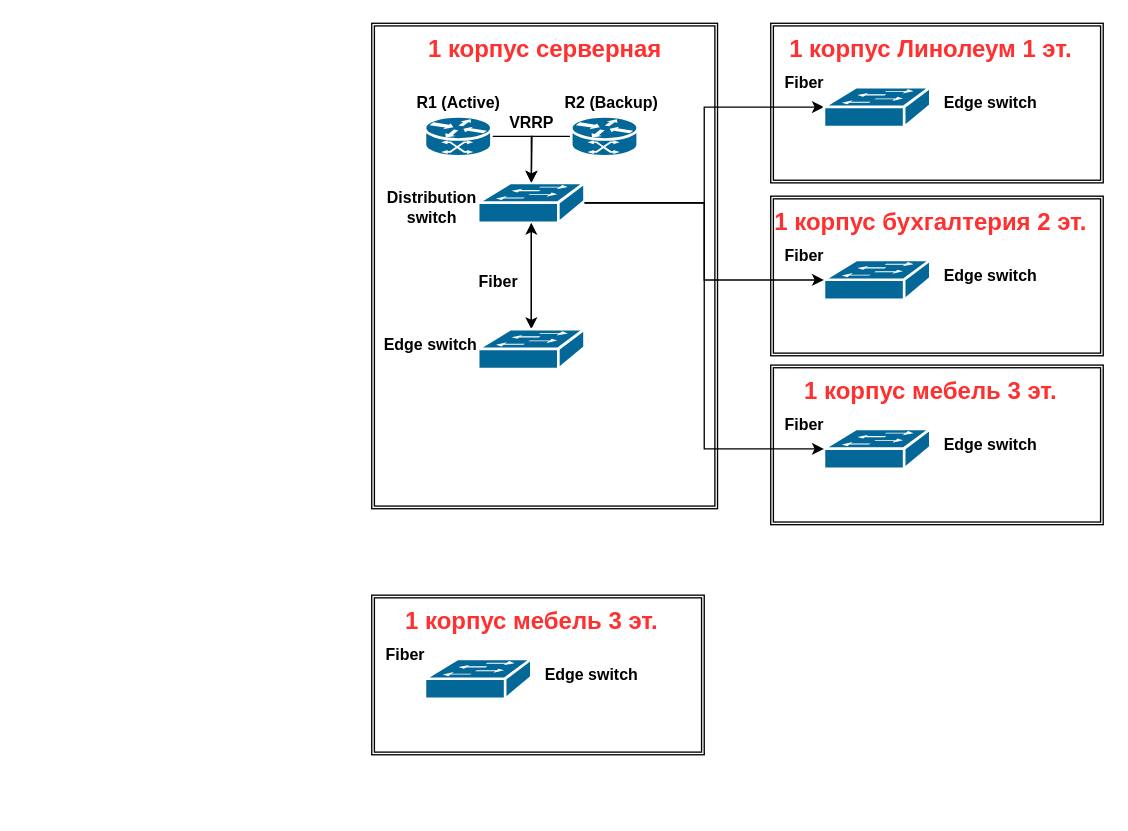
Dmitry-Crimea/network keeps this draw.io diagram as Диаграмма без названия.drawio. Above is the earlier version. Source tidied: cells renumbered, new cells numbered last; positions are measured from the earlier drawing's top-left corner, leaving out a move shared by most shapes. Both pictures are drawn from the tidied source at 133%, with x=0, y=0 at pixel (370, 23).
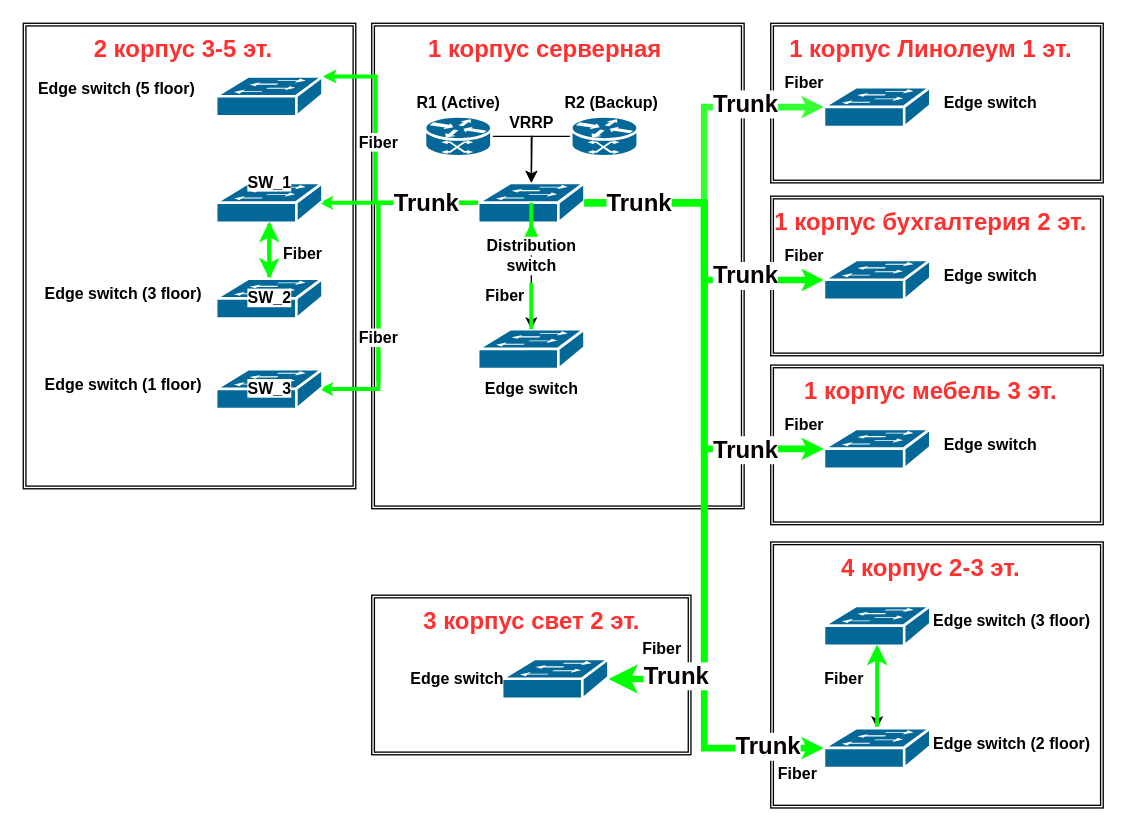
After the change.

Unchanged cells that the change refers to:
```xml
<mxCell id="8" style="shape=mxgraph.cisco.switches.workgroup_switch;sketch=0;html=1;dashed=0;fillColor=#036897;strokeColor=#ffffff;strokeWidth=2;verticalLabelPosition=bottom;verticalAlign=top;align=center;outlineConnect=0;" parent="1" vertex="1">
  <mxGeometry x="81" y="120" width="80" height="30" as="geometry" />
</mxCell>
<mxCell id="12" style="shape=mxgraph.cisco.switches.workgroup_switch;sketch=0;html=1;dashed=0;fillColor=#036897;strokeColor=#ffffff;strokeWidth=2;verticalLabelPosition=bottom;verticalAlign=top;align=center;outlineConnect=0;points=[[0,0.5,0,0,0],[0,0.97,0,0,0],[0.16,0.23,0,0,0],[0.5,0,0,0,0],[0.5,0.97,0,0,0],[0.88,0.73,0,0,0],[0.97,0.5,0,0,0],[1,0,0,0,0]];" parent="1" vertex="1">
  <mxGeometry x="81" y="230" width="80" height="30" as="geometry" />
</mxCell>
<mxCell id="19" style="shape=mxgraph.cisco.switches.workgroup_switch;sketch=0;html=1;dashed=0;fillColor=#036897;strokeColor=#ffffff;strokeWidth=2;verticalLabelPosition=bottom;verticalAlign=top;align=center;outlineConnect=0;points=[[0,0.5,0,0,0],[0,0.97,0,0,0],[0.16,0.23,0,0,0],[0.5,0,0,0,0],[0.5,0.97,0,0,0],[0.88,0.73,0,0,0],[0.97,0.5,0,0,0],[1,0,0,0,0]];" parent="1" vertex="1">
  <mxGeometry x="341" y="48" width="80" height="30" as="geometry" />
</mxCell>
<mxCell id="24" style="shape=ext;double=1;rounded=0;whiteSpace=wrap;html=1;" parent="1" vertex="1">
  <mxGeometry x="301" y="130" width="250" height="120" as="geometry" />
</mxCell>
<mxCell id="25" style="shape=mxgraph.cisco.switches.workgroup_switch;sketch=0;html=1;dashed=0;fillColor=#036897;strokeColor=#ffffff;strokeWidth=2;verticalLabelPosition=bottom;verticalAlign=top;align=center;outlineConnect=0;points=[[0,0.5,0,0,0],[0,0.97,0,0,0],[0.16,0.23,0,0,0],[0.5,0,0,0,0],[0.5,0.97,0,0,0],[0.88,0.73,0,0,0],[0.97,0.5,0,0,0],[1,0,0,0,0]];" parent="1" vertex="1">
  <mxGeometry x="341" y="178" width="80" height="30" as="geometry" />
</mxCell>
<mxCell id="31" style="shape=mxgraph.cisco.switches.workgroup_switch;sketch=0;html=1;dashed=0;fillColor=#036897;strokeColor=#ffffff;strokeWidth=2;verticalLabelPosition=bottom;verticalAlign=top;align=center;outlineConnect=0;points=[[0,0.5,0,0,0],[0,0.97,0,0,0],[0.16,0.23,0,0,0],[0.5,0,0,0,0],[0.5,0.97,0,0,0],[0.88,0.73,0,0,0],[0.97,0.5,0,0,0],[1,0,0,0,0]];" parent="1" vertex="1">
  <mxGeometry x="341" y="305" width="80" height="30" as="geometry" />
</mxCell>
```

What changed in the source:
```diff
@@
+    <mxCell id="41" style="shape=ext;double=1;rounded=0;whiteSpace=wrap;html=1;" parent="1" vertex="1">
+      <mxGeometry x="-261" width="250" height="350" as="geometry" />
+    </mxCell>
+    <mxCell id="42" style="shape=ext;double=1;rounded=0;whiteSpace=wrap;html=1;" parent="1" vertex="1">
+      <mxGeometry x="301" y="390" width="250" height="200" as="geometry" />
+    </mxCell>
@@
+    <mxCell id="43" style="edgeStyle=orthogonalEdgeStyle;rounded=0;jettySize=auto;html=1;fontSize=18;fontColor=#FF3030;" parent="1" edge="1" source="3">
+      <mxGeometry relative="1" as="geometry">
+        <mxPoint x="281" y="182.5" as="targetPoint" />
+        <Array as="points">
+          <mxPoint x="151" />
+          <mxPoint x="151" />
+        </Array>
+      </mxGeometry>
+    </mxCell>
     <mxCell id="3" style="shape=ext;double=1;rounded=0;whiteSpace=wrap;html=1;" parent="1" vertex="1">
-      <mxGeometry x="1" width="260" height="365" as="geometry" />
+      <mxGeometry x="1" width="280" height="365" as="geometry" />
     </mxCell>
@@
-    <mxCell id="7" style="edgeStyle=orthogonalEdgeStyle;rounded=0;jettySize=auto;html=1;fontSize=18;fontColor=#FF3030;entryX=0;entryY=0.5;entryDx=0;entryDy=0;entryPerimeter=0;" parent="1" edge="1" source="8" target="19">
+    <mxCell id="7" style="edgeStyle=orthogonalEdgeStyle;jettySize=auto;html=1;fontSize=18;fontColor=#FF3030;entryX=0;entryY=0.5;entryDx=0;entryDy=0;entryPerimeter=0;strokeColor=#33FF33;rounded=0;strokeWidth=5;endSize=1;" parent="1" edge="1" source="8" target="19">
       <mxGeometry relative="1" as="geometry" />
     </mxCell>
+    <mxCell id="44" style="edgeStyle=orthogonalEdgeStyle;rounded=0;jettySize=auto;html=1;entryX=0;entryY=0.5;entryDx=0;entryDy=0;entryPerimeter=0;fontSize=18;fontColor=#0A0202;strokeColor=#00FF00;strokeWidth=5;endSize=1;startSize=1;" parent="1" edge="1" source="8" target="56">
+      <mxGeometry relative="1" as="geometry" />
+    </mxCell>
+    <mxCell id="45" style="edgeStyle=orthogonalEdgeStyle;rounded=0;jettySize=auto;html=1;entryX=1;entryY=0;entryDx=0;entryDy=0;entryPerimeter=0;fontSize=18;fontColor=#0A0202;startSize=1;endSize=1;strokeColor=#00FF00;strokeWidth=3;" parent="1" edge="1" source="8" target="74">
+      <mxGeometry relative="1" as="geometry">
+        <Array as="points">
+          <mxPoint x="4" y="135" />
+          <mxPoint x="4" y="40" />
+        </Array>
+      </mxGeometry>
+    </mxCell>
+    <mxCell id="46" style="edgeStyle=orthogonalEdgeStyle;rounded=0;jettySize=auto;html=1;entryX=0.97;entryY=0.5;entryDx=0;entryDy=0;entryPerimeter=0;fontSize=18;fontColor=#0A0202;startSize=1;endSize=1;strokeColor=#00FF00;strokeWidth=3;" parent="1" edge="1" source="8" target="66">
+      <mxGeometry relative="1" as="geometry">
+        <Array as="points">
+          <mxPoint x="-38" y="135" />
+        </Array>
+      </mxGeometry>
+    </mxCell>
+    <mxCell id="47" style="edgeStyle=orthogonalEdgeStyle;rounded=0;jettySize=auto;html=1;entryX=0.97;entryY=0.5;entryDx=0;entryDy=0;entryPerimeter=0;fontSize=18;fontColor=#0A0202;startSize=1;endSize=1;strokeColor=#00FF00;strokeWidth=3;startArrow=none;" parent="1" edge="1" source="83" target="78">
+      <mxGeometry relative="1" as="geometry">
+        <Array as="points">
+          <mxPoint x="6" y="135" />
+          <mxPoint x="6" y="275" />
+        </Array>
+      </mxGeometry>
+    </mxCell>
@@
-    <mxCell id="11" style="edgeStyle=orthogonalEdgeStyle;rounded=0;jettySize=auto;html=1;" parent="1" edge="1" source="12" target="8">
+    <mxCell id="11" style="edgeStyle=orthogonalEdgeStyle;rounded=0;jettySize=auto;html=1;strokeColor=#00FF00;strokeWidth=3;startArrow=none;" parent="1" edge="1" source="17" target="8">
       <mxGeometry relative="1" as="geometry" />
     </mxCell>
@@
-    <mxCell id="17" value="&lt;b&gt;Distribution&lt;br&gt;switch&lt;br&gt;&lt;/b&gt;" style="text;html=1;align=center;verticalAlign=middle;points=[];fillColor=none;strokeColor=none;rounded=0;" parent="1" vertex="1">
-      <mxGeometry x="1" y="119" width="90" height="40" as="geometry" />
-    </mxCell>
     <mxCell id="18" value="&lt;b&gt;Edge switch&lt;br&gt;&lt;/b&gt;" style="text;html=1;align=center;verticalAlign=middle;fillColor=none;strokeColor=none;rounded=0;" parent="1" vertex="1">
-      <mxGeometry y="227" width="90" height="30" as="geometry" />
+      <mxGeometry x="76" y="260" width="90" height="30" as="geometry" />
     </mxCell>
@@
     <mxCell id="22" value="&lt;b&gt;Fiber&lt;br&gt;&lt;/b&gt;" style="text;html=1;align=center;verticalAlign=middle;fillColor=none;strokeColor=none;rounded=0;" parent="1" vertex="1">
-      <mxGeometry x="71" y="180" width="50" height="30" as="geometry" />
+      <mxGeometry x="76" y="190" width="50" height="30" as="geometry" />
     </mxCell>
@@
+    <mxCell id="48" style="edgeStyle=orthogonalEdgeStyle;rounded=0;jettySize=auto;html=1;fontSize=18;fontColor=#0A0202;" parent="1" edge="1" source="24" target="3">
+      <mxGeometry relative="1" as="geometry" />
+    </mxCell>
@@
-    <mxCell id="29" style="edgeStyle=orthogonalEdgeStyle;rounded=0;jettySize=auto;html=1;entryX=0;entryY=0.5;entryDx=0;entryDy=0;entryPerimeter=0;fontSize=18;fontColor=#FF3030;" parent="1" edge="1" source="8" target="25">
+    <mxCell id="29" style="edgeStyle=orthogonalEdgeStyle;rounded=0;jettySize=auto;html=1;entryX=0;entryY=0.5;entryDx=0;entryDy=0;entryPerimeter=0;fontSize=18;fontColor=#FF3030;strokeWidth=5;strokeColor=#00FF00;endSize=1;" parent="1" edge="1" source="8" target="25">
       <mxGeometry relative="1" as="geometry" />
     </mxCell>
@@
-    <mxCell id="35" style="edgeStyle=orthogonalEdgeStyle;rounded=0;jettySize=auto;html=1;entryX=0;entryY=0.5;entryDx=0;entryDy=0;entryPerimeter=0;fontSize=18;fontColor=#FF3030;" parent="1" edge="1" source="8" target="31">
+    <mxCell id="35" style="edgeStyle=orthogonalEdgeStyle;rounded=0;jettySize=auto;html=1;entryX=0;entryY=0.5;entryDx=0;entryDy=0;entryPerimeter=0;fontSize=18;fontColor=#FF3030;strokeColor=#00FF00;strokeWidth=5;endSize=1;startSize=1;" parent="1" edge="1" source="8" target="31">
       <mxGeometry relative="1" as="geometry" />
     </mxCell>
     <mxCell id="36" style="shape=ext;double=1;rounded=0;whiteSpace=wrap;html=1;" parent="1" vertex="1">
-      <mxGeometry x="1" y="430" width="250" height="120" as="geometry" />
+      <mxGeometry x="1" y="430" width="240" height="120" as="geometry" />
     </mxCell>
     <mxCell id="37" style="shape=mxgraph.cisco.switches.workgroup_switch;sketch=0;html=1;dashed=0;fillColor=#036897;strokeColor=#ffffff;strokeWidth=2;verticalLabelPosition=bottom;verticalAlign=top;align=center;outlineConnect=0;points=[[0,0.5,0,0,0],[0,0.97,0,0,0],[0.16,0.23,0,0,0],[0.5,0,0,0,0],[0.5,0.97,0,0,0],[0.88,0.73,0,0,0],[0.97,0.5,0,0,0],[1,0,0,0,0]];" parent="1" vertex="1">
-      <mxGeometry x="41" y="478" width="80" height="30" as="geometry" />
+      <mxGeometry x="99" y="478" width="80" height="30" as="geometry" />
     </mxCell>
-    <mxCell id="38" value="1 корпус мебель 3 эт." style="text;html=1;align=center;verticalAlign=middle;fillColor=none;strokeColor=none;rounded=0;fontColor=#FF3030;fontStyle=1;fontSize=18;" parent="1" vertex="1">
-      <mxGeometry x="21" y="430" width="200" height="40" as="geometry" />
+    <mxCell id="38" value="3 корпус свет 2 эт." style="text;html=1;align=center;verticalAlign=middle;fillColor=none;strokeColor=none;rounded=0;fontColor=#FF3030;fontStyle=1;fontSize=18;" parent="1" vertex="1">
+      <mxGeometry x="31" y="430" width="180" height="40" as="geometry" />
     </mxCell>
     <mxCell id="39" value="&lt;b&gt;Edge switch&lt;br&gt;&lt;/b&gt;" style="text;html=1;align=center;verticalAlign=middle;fillColor=none;strokeColor=none;rounded=0;" parent="1" vertex="1">
-      <mxGeometry x="121" y="475" width="90" height="30" as="geometry" />
+      <mxGeometry x="20" y="478" width="90" height="30" as="geometry" />
     </mxCell>
     <mxCell id="40" value="&lt;b&gt;Fiber&lt;br&gt;&lt;/b&gt;" style="text;html=1;align=center;verticalAlign=middle;fillColor=none;strokeColor=none;rounded=0;" parent="1" vertex="1">
-      <mxGeometry x="1" y="460" width="50" height="30" as="geometry" />
+      <mxGeometry x="194" y="456" width="50" height="30" as="geometry" />
     </mxCell>
+    <mxCell id="49" value="&lt;font color=&quot;#0a0202&quot;&gt;&lt;b&gt;Trunk&lt;/b&gt;&lt;/font&gt;" style="edgeLabel;html=1;align=center;verticalAlign=middle;fontSize=18;fontColor=#FF3030;" parent="1" vertex="1">
+      <mxGeometry x="281" y="60" as="geometry" />
+    </mxCell>
+    <mxCell id="50" value="&lt;font color=&quot;#0a0202&quot;&gt;&lt;b&gt;Trunk&lt;/b&gt;&lt;/font&gt;" style="edgeLabel;html=1;align=center;verticalAlign=middle;fontSize=18;fontColor=#FF3030;" parent="1" vertex="1">
+      <mxGeometry x="291" y="195" as="geometry">
+        <mxPoint x="-10" y="125" as="offset" />
+      </mxGeometry>
+    </mxCell>
+    <mxCell id="51" style="edgeStyle=orthogonalEdgeStyle;rounded=0;jettySize=auto;html=1;fontSize=18;fontColor=#0A0202;" parent="1" edge="1" source="52" target="56">
+      <mxGeometry relative="1" as="geometry" />
+    </mxCell>
+    <mxCell id="52" style="shape=mxgraph.cisco.switches.workgroup_switch;sketch=0;html=1;dashed=0;fillColor=#036897;strokeColor=#ffffff;strokeWidth=2;verticalLabelPosition=bottom;verticalAlign=top;align=center;outlineConnect=0;points=[[0,0.5,0,0,0],[0,0.97,0,0,0],[0.16,0.23,0,0,0],[0.5,0,0,0,0],[0.5,0.97,0,0,0],[0.88,0.73,0,0,0],[0.97,0.5,0,0,0],[1,0,0,0,0]];" parent="1" vertex="1">
+      <mxGeometry x="341" y="438" width="80" height="30" as="geometry" />
+    </mxCell>
+    <mxCell id="53" value="4 корпус 2-3 эт." style="text;html=1;align=center;verticalAlign=middle;fillColor=none;strokeColor=none;rounded=0;fontColor=#FF3030;fontStyle=1;fontSize=18;" parent="1" vertex="1">
+      <mxGeometry x="346" y="390" width="150" height="40" as="geometry" />
+    </mxCell>
+    <mxCell id="54" value="&lt;b&gt;Fiber&lt;br&gt;&lt;/b&gt;" style="text;html=1;align=center;verticalAlign=middle;fillColor=none;strokeColor=none;rounded=0;" parent="1" vertex="1">
+      <mxGeometry x="331" y="478" width="50" height="30" as="geometry" />
+    </mxCell>
+    <mxCell id="55" style="edgeStyle=orthogonalEdgeStyle;rounded=0;jettySize=auto;html=1;entryX=0.5;entryY=0.97;entryDx=0;entryDy=0;entryPerimeter=0;fontSize=18;fontColor=#0A0202;strokeColor=#00FF00;strokeWidth=3;" parent="1" edge="1" source="56" target="52">
+      <mxGeometry relative="1" as="geometry" />
+    </mxCell>
+    <mxCell id="56" style="shape=mxgraph.cisco.switches.workgroup_switch;sketch=0;html=1;dashed=0;fillColor=#036897;strokeColor=#ffffff;strokeWidth=2;verticalLabelPosition=bottom;verticalAlign=top;align=center;outlineConnect=0;points=[[0,0.5,0,0,0],[0,0.97,0,0,0],[0.16,0.23,0,0,0],[0.5,0,0,0,0],[0.5,0.97,0,0,0],[0.88,0.73,0,0,0],[0.97,0.5,0,0,0],[1,0,0,0,0]];" parent="1" vertex="1">
+      <mxGeometry x="341" y="530" width="80" height="30" as="geometry" />
+    </mxCell>
+    <mxCell id="57" value="&lt;b&gt;Edge switch (2 floor)&lt;br&gt;&lt;/b&gt;" style="text;html=1;align=center;verticalAlign=middle;fillColor=none;strokeColor=none;rounded=0;" parent="1" vertex="1">
+      <mxGeometry x="412" y="527" width="140" height="30" as="geometry" />
+    </mxCell>
+    <mxCell id="58" style="edgeStyle=orthogonalEdgeStyle;rounded=0;jettySize=auto;html=1;fontSize=18;fontColor=#FF3030;strokeWidth=5;strokeColor=#00FF00;" parent="1" edge="1" source="8" target="37">
+      <mxGeometry relative="1" as="geometry">
+        <Array as="points">
+          <mxPoint x="251" y="135" />
+          <mxPoint x="251" y="493" />
+        </Array>
+      </mxGeometry>
+    </mxCell>
+    <mxCell id="59" value="&lt;font color=&quot;#0a0202&quot;&gt;&lt;b&gt;Trunk&lt;/b&gt;&lt;/font&gt;" style="edgeLabel;html=1;align=center;verticalAlign=middle;fontSize=18;fontColor=#FF3030;" parent="58" vertex="1">
+      <mxGeometry x="-0.44" y="1" relative="1" as="geometry">
+        <mxPoint x="29" y="-2" as="offset" />
+      </mxGeometry>
+    </mxCell>
+    <mxCell id="60" value="&lt;font color=&quot;#0a0202&quot;&gt;&lt;b&gt;Trunk&lt;/b&gt;&lt;/font&gt;" style="edgeLabel;html=1;align=center;verticalAlign=middle;fontSize=18;fontColor=#FF3030;" parent="1" vertex="1">
+      <mxGeometry x="270" y="535" as="geometry">
+        <mxPoint x="28" y="8" as="offset" />
+      </mxGeometry>
+    </mxCell>
+    <mxCell id="61" value="&lt;font color=&quot;#0a0202&quot;&gt;&lt;b&gt;Trunk&lt;/b&gt;&lt;/font&gt;" style="edgeLabel;html=1;align=center;verticalAlign=middle;fontSize=18;fontColor=#FF3030;" parent="1" vertex="1">
+      <mxGeometry x="229" y="490" as="geometry" />
+    </mxCell>
+    <mxCell id="62" value="&lt;b&gt;Fiber&lt;br&gt;&lt;/b&gt;" style="text;html=1;align=center;verticalAlign=middle;fillColor=none;strokeColor=none;rounded=0;" parent="1" vertex="1">
+      <mxGeometry x="296" y="550" width="50" height="30" as="geometry" />
+    </mxCell>
+    <mxCell id="63" value="&lt;b&gt;Edge switch (3&amp;nbsp;floor)&lt;br&gt;&lt;/b&gt;" style="text;html=1;align=center;verticalAlign=middle;fillColor=none;strokeColor=none;rounded=0;" parent="1" vertex="1">
+      <mxGeometry x="412" y="435" width="140" height="30" as="geometry" />
+    </mxCell>
+    <mxCell id="64" value="&lt;font color=&quot;#0a0202&quot;&gt;&lt;b&gt;Trunk&lt;/b&gt;&lt;/font&gt;" style="edgeLabel;html=1;align=center;verticalAlign=middle;fontSize=18;fontColor=#FF3030;" parent="1" vertex="1">
+      <mxGeometry x="201" y="135" as="geometry" />
+    </mxCell>
+    <mxCell id="65" style="edgeStyle=orthogonalEdgeStyle;rounded=0;jettySize=auto;html=1;fontSize=18;fontColor=#0A0202;strokeColor=#00FF00;strokeWidth=3;" parent="1" edge="1" source="66" target="70">
+      <mxGeometry relative="1" as="geometry" />
+    </mxCell>
+    <mxCell id="66" style="shape=mxgraph.cisco.switches.workgroup_switch;sketch=0;html=1;dashed=0;fillColor=#036897;strokeColor=#ffffff;strokeWidth=2;verticalLabelPosition=bottom;verticalAlign=top;align=center;outlineConnect=0;points=[[0,0.5,0,0,0],[0,0.97,0,0,0],[0.16,0.23,0,0,0],[0.5,0,0,0,0],[0.5,0.97,0,0,0],[0.88,0.73,0,0,0],[0.97,0.5,0,0,0],[1,0,0,0,0]];" parent="1" vertex="1">
+      <mxGeometry x="-116" y="120" width="80" height="30" as="geometry" />
+    </mxCell>
+    <mxCell id="67" value="2 корпус 3-5 эт." style="text;html=1;align=center;verticalAlign=middle;fillColor=none;strokeColor=none;rounded=0;fontColor=#FF3030;fontStyle=1;fontSize=18;" parent="1" vertex="1">
+      <mxGeometry x="-216" width="150" height="40" as="geometry" />
+    </mxCell>
+    <mxCell id="68" value="&lt;b&gt;&lt;span style=&quot;background-color: rgb(255, 255, 255);&quot;&gt;Fiber&lt;/span&gt;&lt;br&gt;&lt;/b&gt;" style="text;html=1;align=center;verticalAlign=middle;fillColor=none;strokeColor=none;rounded=0;" parent="1" vertex="1">
+      <mxGeometry x="-19" y="75" width="50" height="30" as="geometry" />
+    </mxCell>
+    <mxCell id="69" style="edgeStyle=orthogonalEdgeStyle;rounded=0;jettySize=auto;html=1;entryX=0.5;entryY=0.97;entryDx=0;entryDy=0;entryPerimeter=0;fontSize=18;fontColor=#0A0202;strokeColor=#00FF00;strokeWidth=3;" parent="1" edge="1" source="70" target="66">
+      <mxGeometry relative="1" as="geometry" />
+    </mxCell>
+    <mxCell id="70" style="shape=mxgraph.cisco.switches.workgroup_switch;sketch=0;html=1;dashed=0;fillColor=#036897;strokeColor=#ffffff;strokeWidth=2;verticalLabelPosition=bottom;verticalAlign=top;align=center;outlineConnect=0;points=[[0,0.5,0,0,0],[0,0.97,0,0,0],[0.16,0.23,0,0,0],[0.5,0,0,0,0],[0.5,0.97,0,0,0],[0.88,0.73,0,0,0],[0.97,0.5,0,0,0],[1,0,0,0,0]];" parent="1" vertex="1">
+      <mxGeometry x="-116" y="192" width="80" height="30" as="geometry" />
+    </mxCell>
+    <mxCell id="71" value="&lt;b&gt;Edge switch (3 floor)&lt;br&gt;&lt;/b&gt;" style="text;html=1;align=center;verticalAlign=middle;fillColor=none;strokeColor=none;rounded=0;" parent="1" vertex="1">
+      <mxGeometry x="-256" y="189" width="140" height="30" as="geometry" />
+    </mxCell>
+    <mxCell id="72" value="&lt;b&gt;Fiber&lt;br&gt;&lt;/b&gt;" style="text;html=1;align=center;verticalAlign=middle;fillColor=none;strokeColor=none;rounded=0;" parent="1" vertex="1">
+      <mxGeometry x="-76" y="159" width="50" height="30" as="geometry" />
+    </mxCell>
+    <mxCell id="73" value="&lt;b&gt;Edge switch (5 floor)&lt;br&gt;&lt;/b&gt;" style="text;html=1;align=center;verticalAlign=middle;fillColor=none;strokeColor=none;rounded=0;" parent="1" vertex="1">
+      <mxGeometry x="-261" y="35" width="140" height="30" as="geometry" />
+    </mxCell>
+    <mxCell id="74" style="shape=mxgraph.cisco.switches.workgroup_switch;sketch=0;html=1;dashed=0;fillColor=#036897;strokeColor=#ffffff;strokeWidth=2;verticalLabelPosition=bottom;verticalAlign=top;align=center;outlineConnect=0;points=[[0,0.5,0,0,0],[0,0.97,0,0,0],[0.16,0.23,0,0,0],[0.5,0,0,0,0],[0.5,0.97,0,0,0],[0.88,0.73,0,0,0],[0.97,0.5,0,0,0],[1,0,0,0,0]];" parent="1" vertex="1">
+      <mxGeometry x="-116" y="40" width="80" height="30" as="geometry" />
+    </mxCell>
+    <mxCell id="17" value="&lt;b&gt;&lt;span style=&quot;background-color: rgb(255, 255, 255);&quot;&gt;Distribution&lt;br&gt;switch&lt;/span&gt;&lt;br&gt;&lt;/b&gt;" style="text;html=1;align=center;verticalAlign=middle;points=[];fillColor=none;strokeColor=none;rounded=0;" parent="1" vertex="1">
+      <mxGeometry x="76" y="155" width="90" height="40" as="geometry" />
+    </mxCell>
+    <mxCell id="75" style="edgeStyle=orthogonalEdgeStyle;rounded=0;jettySize=auto;html=1;strokeColor=#00FF00;strokeWidth=3;endArrow=none;" parent="1" edge="1" source="12" target="17">
+      <mxGeometry relative="1" as="geometry" />
+    </mxCell>
+    <mxCell id="76" value="&lt;b&gt;&lt;span style=&quot;background-color: rgb(255, 255, 255);&quot;&gt;SW_1&lt;/span&gt;&lt;br&gt;&lt;/b&gt;" style="text;html=1;align=center;verticalAlign=middle;fillColor=none;strokeColor=none;rounded=0;" parent="1" vertex="1">
+      <mxGeometry x="-106" y="105" width="60" height="30" as="geometry" />
+    </mxCell>
+    <mxCell id="77" value="&lt;b&gt;&lt;span style=&quot;background-color: rgb(255, 255, 255);&quot;&gt;SW_2&lt;/span&gt;&lt;br&gt;&lt;/b&gt;" style="text;html=1;align=center;verticalAlign=middle;fillColor=none;strokeColor=none;rounded=0;" parent="1" vertex="1">
+      <mxGeometry x="-106" y="192" width="60" height="30" as="geometry" />
+    </mxCell>
+    <mxCell id="78" style="shape=mxgraph.cisco.switches.workgroup_switch;sketch=0;html=1;dashed=0;fillColor=#036897;strokeColor=#ffffff;strokeWidth=2;verticalLabelPosition=bottom;verticalAlign=top;align=center;outlineConnect=0;points=[[0,0.5,0,0,0],[0,0.97,0,0,0],[0.16,0.23,0,0,0],[0.5,0,0,0,0],[0.5,0.97,0,0,0],[0.88,0.73,0,0,0],[0.97,0.5,0,0,0],[1,0,0,0,0]];" parent="1" vertex="1">
+      <mxGeometry x="-116" y="260" width="80" height="30" as="geometry" />
+    </mxCell>
+    <mxCell id="79" value="&lt;b&gt;Edge switch (1 floor)&lt;br&gt;&lt;/b&gt;" style="text;html=1;align=center;verticalAlign=middle;fillColor=none;strokeColor=none;rounded=0;" parent="1" vertex="1">
+      <mxGeometry x="-256" y="257" width="140" height="30" as="geometry" />
+    </mxCell>
+    <mxCell id="80" value="&lt;b&gt;&lt;span style=&quot;background-color: rgb(255, 255, 255);&quot;&gt;SW_3&lt;/span&gt;&lt;br&gt;&lt;/b&gt;" style="text;html=1;align=center;verticalAlign=middle;fillColor=none;strokeColor=none;rounded=0;" parent="1" vertex="1">
+      <mxGeometry x="-106" y="260" width="60" height="30" as="geometry" />
+    </mxCell>
+    <mxCell id="81" style="edgeStyle=orthogonalEdgeStyle;rounded=0;jettySize=auto;html=1;fontSize=18;fontColor=#0A0202;startSize=1;endSize=1;strokeColor=#00FF00;strokeWidth=3;endArrow=none;" parent="1" edge="1" source="8">
+      <mxGeometry relative="1" as="geometry">
+        <mxPoint x="6" y="270" as="targetPoint" />
+        <Array as="points">
+          <mxPoint x="6" y="135" />
+          <mxPoint x="6" y="237" />
+        </Array>
+      </mxGeometry>
+    </mxCell>
+    <mxCell id="82" value="&lt;font color=&quot;#0a0202&quot;&gt;&lt;b&gt;Trunk&lt;/b&gt;&lt;/font&gt;" style="edgeLabel;html=1;align=center;verticalAlign=middle;fontSize=18;fontColor=#FF3030;" parent="1" vertex="1">
+      <mxGeometry x="41" y="135" as="geometry" />
+    </mxCell>
+    <mxCell id="83" value="&lt;b&gt;&lt;span style=&quot;background-color: rgb(255, 255, 255);&quot;&gt;Fiber&lt;/span&gt;&lt;br&gt;&lt;/b&gt;" style="text;html=1;align=center;verticalAlign=middle;points=[];fillColor=none;strokeColor=none;rounded=0;" parent="1" vertex="1">
+      <mxGeometry x="-19" y="222" width="50" height="30" as="geometry" />
+    </mxCell>
```
